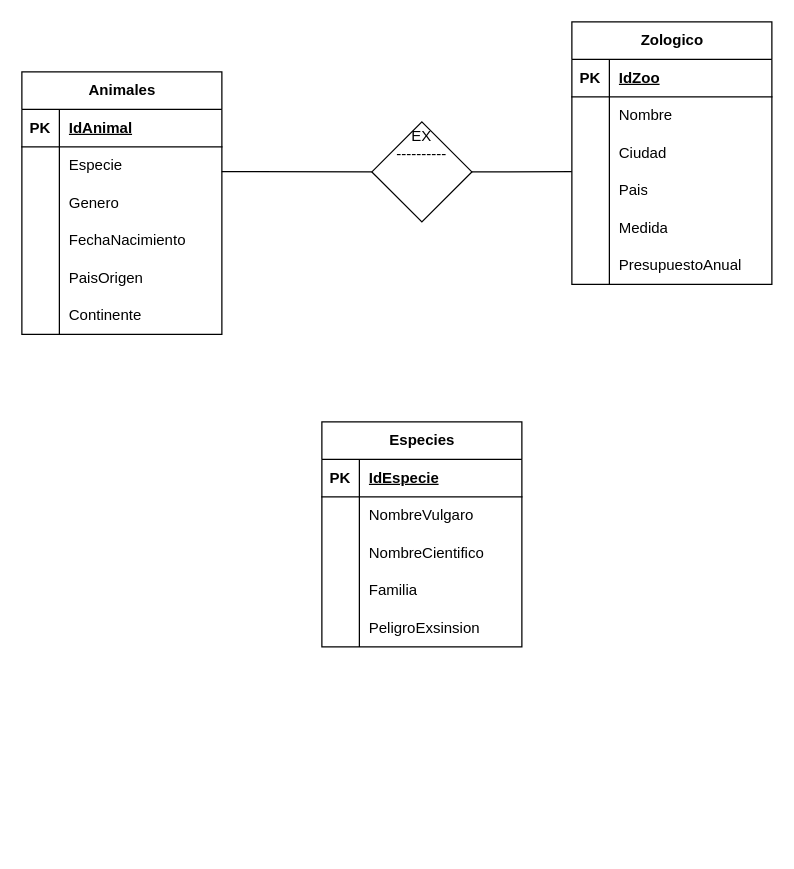
Above: BDD/T1/Zoos.drawio in Bilalbel04/edt (draw.io), before the change. Source tidied: cells renumbered, new cells numbered last; positions are measured from the earlier drawing's top-left corner, leaving out a move shared by most shapes. Both pictures are drawn from the tidied source at 125%, with x=0, y=0 at pixel (21, 21).
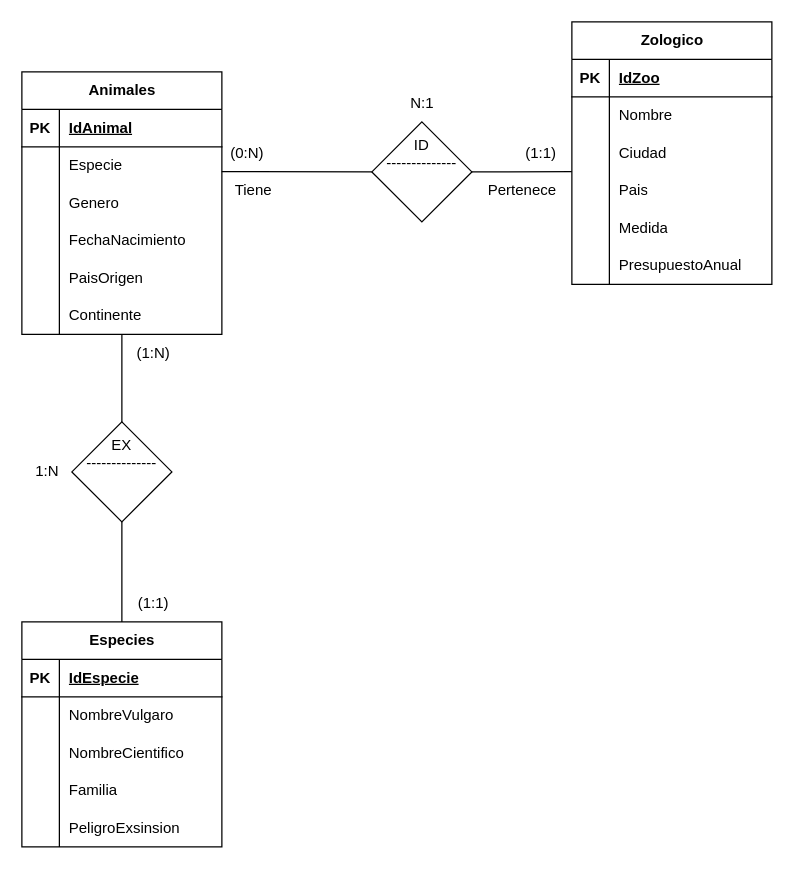
The same page after the edit.

The change refers to these unchanged cells:
```xml
<mxCell id="18" style="group;" parent="1" vertex="1">
  <mxGeometry x="280" y="80" width="80" height="80" as="geometry" />
</mxCell>
```

Change to the diagram source:
```diff
@@
     <mxCell id="2" value="Especies" style="shape=table;startSize=30;childLayout=tableLayout;rowLines=0;fontStyle=1;align=center;html=1;" parent="1" vertex="1">
-      <mxGeometry x="240" y="320" width="160" height="180" as="geometry" />
+      <mxGeometry y="480" width="160" height="180" as="geometry" />
     </mxCell>
@@
-    <mxCell id="19" value="EX&lt;br&gt;----------&lt;div&gt;&lt;br&gt;&lt;br&gt;&lt;br&gt;&lt;/div&gt;" style="rhombus;whiteSpace=wrap;html=1;" parent="18" vertex="1">
+    <mxCell id="19" value="ID&lt;br&gt;-------------&lt;span style=&quot;background-color: transparent; color: light-dark(rgb(0, 0, 0), rgb(255, 255, 255));&quot;&gt;-&lt;/span&gt;&lt;div&gt;&lt;div&gt;&lt;br&gt;&lt;/div&gt;&lt;div&gt;&lt;br&gt;&lt;/div&gt;&lt;/div&gt;" style="rhombus;whiteSpace=wrap;html=1;" parent="18" vertex="1">
       <mxGeometry width="80" height="80" as="geometry" />
     </mxCell>
@@
+    <mxCell id="60" value="(0:N)" style="text;html=1;align=center;verticalAlign=middle;strokeColor=none;fillColor=none;" parent="1" vertex="1">
+      <mxGeometry x="155" y="90" width="50" height="30" as="geometry" />
+    </mxCell>
+    <mxCell id="61" value="Tiene" style="text;html=1;align=center;verticalAlign=middle;strokeColor=none;fillColor=none;" parent="1" vertex="1">
+      <mxGeometry x="160" y="120" width="50" height="30" as="geometry" />
+    </mxCell>
+    <mxCell id="62" value="(1:1)" style="text;html=1;align=center;verticalAlign=middle;strokeColor=none;fillColor=none;" parent="1" vertex="1">
+      <mxGeometry x="390" y="90" width="50" height="30" as="geometry" />
+    </mxCell>
+    <mxCell id="63" value="Pertenece" style="text;html=1;align=center;verticalAlign=middle;strokeColor=none;fillColor=none;" parent="1" vertex="1">
+      <mxGeometry x="360" y="120" width="80" height="30" as="geometry" />
+    </mxCell>
+    <mxCell id="64" value="N:1" style="text;html=1;align=center;verticalAlign=middle;strokeColor=none;fillColor=none;" parent="1" vertex="1">
+      <mxGeometry x="300" y="50" width="40" height="30" as="geometry" />
+    </mxCell>
+    <mxCell id="65" style="group;" parent="1" vertex="1">
+      <mxGeometry x="40" y="320" width="80" height="80" as="geometry" />
+    </mxCell>
+    <mxCell id="66" value="EX&lt;br&gt;-------------&lt;span style=&quot;background-color: transparent; color: light-dark(rgb(0, 0, 0), rgb(255, 255, 255));&quot;&gt;-&lt;/span&gt;&lt;div&gt;&lt;div&gt;&lt;br&gt;&lt;/div&gt;&lt;div&gt;&lt;br&gt;&lt;/div&gt;&lt;/div&gt;" style="rhombus;whiteSpace=wrap;html=1;" parent="65" vertex="1">
+      <mxGeometry width="80" height="80" as="geometry" />
+    </mxCell>
+    <mxCell id="67" style="endArrow=none;html=1;rounded=0;" parent="1" edge="1">
+      <mxGeometry relative="1" as="geometry">
+        <mxPoint x="80" y="250" as="sourcePoint" />
+        <mxPoint x="80" y="320" as="targetPoint" />
+      </mxGeometry>
+    </mxCell>
+    <mxCell id="68" style="endArrow=none;html=1;rounded=0;exitX=0.5;exitY=1;exitDx=0;exitDy=0;entryX=0.5;entryY=0;entryDx=0;entryDy=0;" parent="1" edge="1" source="66" target="2">
+      <mxGeometry relative="1" as="geometry" />
+    </mxCell>
+    <mxCell id="69" value="(1:N)" style="text;html=1;align=center;verticalAlign=middle;strokeColor=none;fillColor=none;" parent="1" vertex="1">
+      <mxGeometry x="80" y="250" width="50" height="30" as="geometry" />
+    </mxCell>
+    <mxCell id="70" value="(1:1)" style="text;html=1;align=center;verticalAlign=middle;strokeColor=none;fillColor=none;" parent="1" vertex="1">
+      <mxGeometry x="80" y="450" width="50" height="30" as="geometry" />
+    </mxCell>
+    <mxCell id="71" value="1:N" style="text;html=1;align=center;verticalAlign=middle;strokeColor=none;fillColor=none;" parent="1" vertex="1">
+      <mxGeometry y="345" width="40" height="30" as="geometry" />
+    </mxCell>
```
